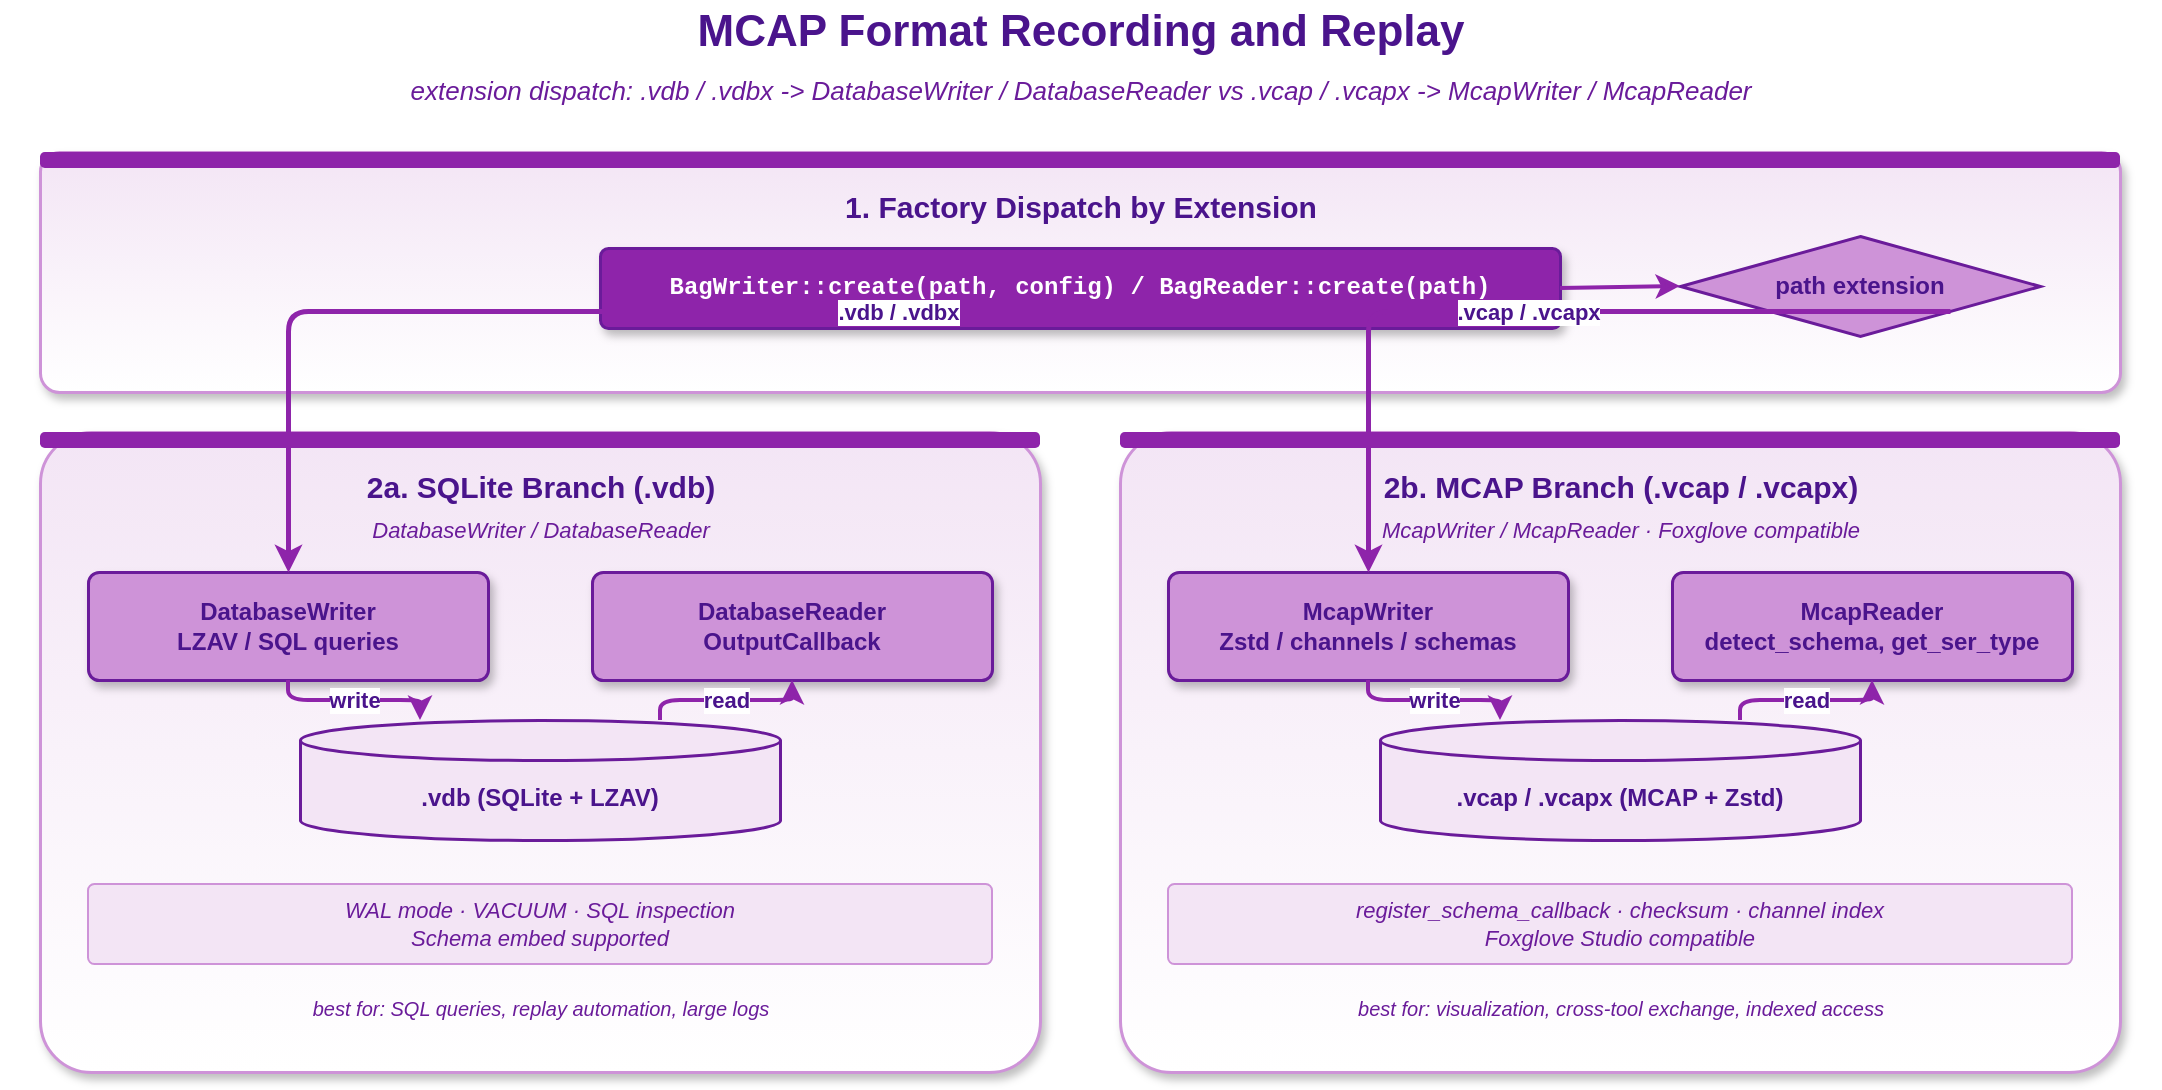
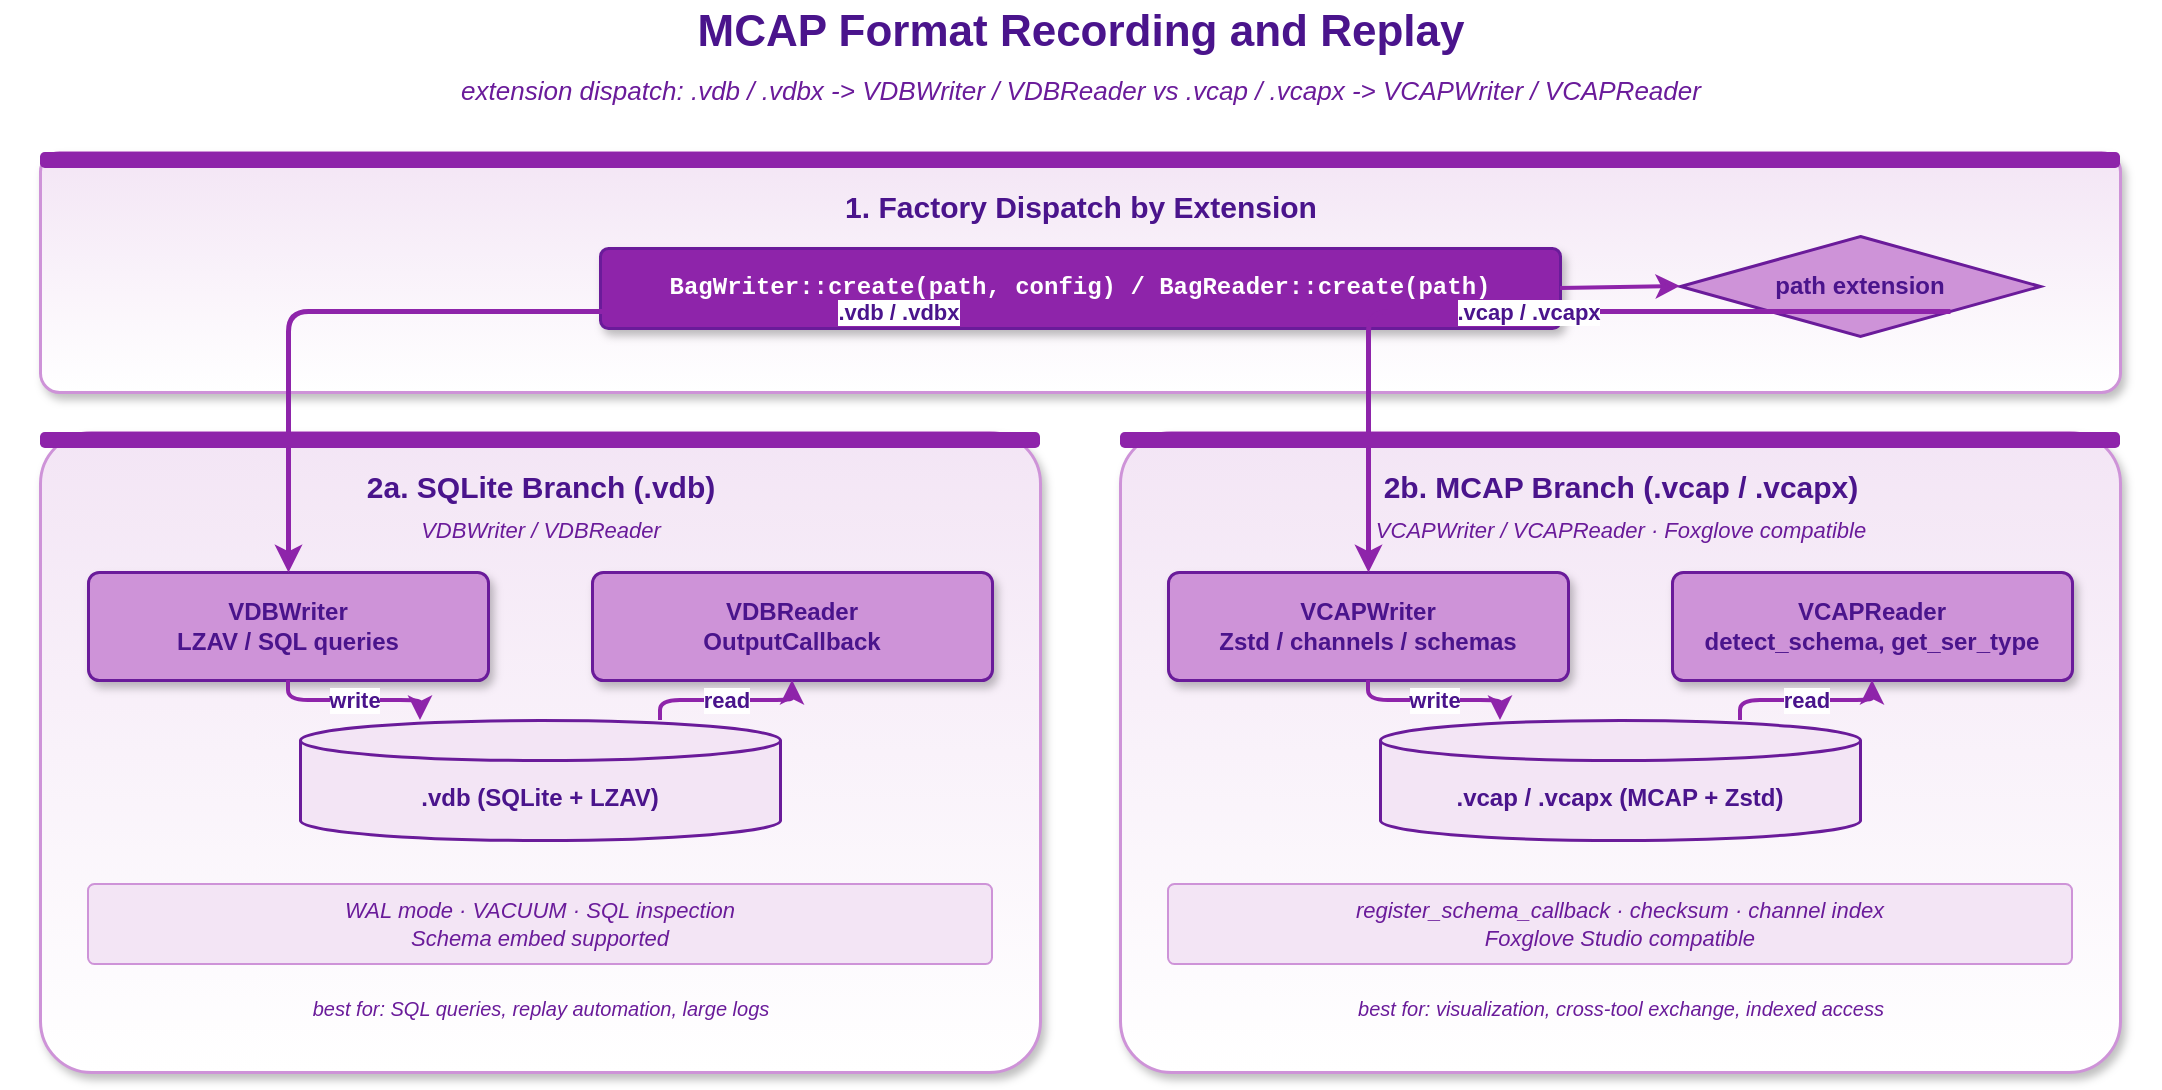
<mxfile host="app.diagrams.net" modified="2026-05-19T00:00:00.000Z" agent="Claude" version="24.0.0" type="device">
  <diagram id="mcap-format-flow" name="MCAP Format Recording and Replay">
    <mxGraphModel dx="1120" dy="640" grid="0" gridSize="10" guides="1" tooltips="1" connect="1" arrows="1" fold="1" page="1" pageScale="1" pageWidth="1120" pageHeight="640" math="0" shadow="0">
      <root>
        <mxCell id="0" />
        <mxCell id="1" parent="0" />

        <mxCell id="title" value="MCAP Format Recording and Replay" style="text;html=1;align=center;verticalAlign=middle;strokeColor=none;fillColor=none;fontSize=22;fontStyle=1;fontColor=#4a148c;" vertex="1" parent="1">
          <mxGeometry x="20" y="24" width="1080" height="32" as="geometry" />
        </mxCell>
-         <mxCell id="subtitle" value="extension dispatch: .vdb / .vdbx -&gt; DatabaseWriter / DatabaseReader  vs  .vcap / .vcapx -&gt; McapWriter / McapReader" style="text;html=1;align=center;verticalAlign=middle;strokeColor=none;fillColor=none;fontSize=13;fontStyle=2;fontColor=#6a1b9a;" vertex="1" parent="1">
+         <mxCell id="subtitle" value="extension dispatch: .vdb / .vdbx -&gt; VDBWriter / VDBReader  vs  .vcap / .vcapx -&gt; VCAPWriter / VCAPReader" style="text;html=1;align=center;verticalAlign=middle;strokeColor=none;fillColor=none;fontSize=13;fontStyle=2;fontColor=#6a1b9a;" vertex="1" parent="1">
          <mxGeometry x="20" y="58" width="1080" height="22" as="geometry" />
        </mxCell>

        <!-- Section 1: Factory dispatch (top, centered) -->
        <mxCell id="fac_bg" value="" style="rounded=1;whiteSpace=wrap;html=1;fillColor=#ffffff;strokeColor=#ce93d8;strokeWidth=1.5;arcSize=8;shadow=1;gradientColor=#f3e5f5;gradientDirection=north;" vertex="1" parent="1">
          <mxGeometry x="40" y="100" width="1040" height="120" as="geometry" />
        </mxCell>
        <mxCell id="fac_bar" value="" style="rounded=1;whiteSpace=wrap;html=1;fillColor=#8e24aa;strokeColor=none;arcSize=30;" vertex="1" parent="1">
          <mxGeometry x="40" y="100" width="1040" height="8" as="geometry" />
        </mxCell>
        <mxCell id="fac_t" value="1. Factory Dispatch by Extension" style="text;html=1;align=center;verticalAlign=middle;strokeColor=none;fillColor=none;fontSize=15;fontStyle=1;fontColor=#4a148c;" vertex="1" parent="1">
          <mxGeometry x="40" y="116" width="1040" height="22" as="geometry" />
        </mxCell>

        <mxCell id="fac_create" value="BagWriter::create(path, config)  /  BagReader::create(path)" style="rounded=1;whiteSpace=wrap;html=1;fillColor=#8e24aa;strokeColor=#6a1b9a;strokeWidth=1.5;arcSize=10;fontSize=12;fontFamily=Courier New;fontStyle=1;fontColor=#ffffff;shadow=1;" vertex="1" parent="1">
          <mxGeometry x="320" y="148" width="480" height="40" as="geometry" />
        </mxCell>
        <mxCell id="fac_diam" value="path extension" style="rhombus;whiteSpace=wrap;html=1;fillColor=#ce93d8;strokeColor=#6a1b9a;strokeWidth=1.5;fontSize=12;fontStyle=1;fontColor=#4a148c;" vertex="1" parent="1">
          <mxGeometry x="860" y="142" width="180" height="50" as="geometry" />
        </mxCell>

        <!-- Section 2: SQLite path (left) -->
        <mxCell id="db_bg" value="" style="rounded=1;whiteSpace=wrap;html=1;fillColor=#ffffff;strokeColor=#ce93d8;strokeWidth=1.5;arcSize=8;shadow=1;gradientColor=#f3e5f5;gradientDirection=north;" vertex="1" parent="1">
          <mxGeometry x="40" y="240" width="500" height="320" as="geometry" />
        </mxCell>
        <mxCell id="db_bar" value="" style="rounded=1;whiteSpace=wrap;html=1;fillColor=#8e24aa;strokeColor=none;arcSize=30;" vertex="1" parent="1">
          <mxGeometry x="40" y="240" width="500" height="8" as="geometry" />
        </mxCell>
        <mxCell id="db_t" value="2a. SQLite Branch  (.vdb)" style="text;html=1;align=center;verticalAlign=middle;strokeColor=none;fillColor=none;fontSize=15;fontStyle=1;fontColor=#4a148c;" vertex="1" parent="1">
          <mxGeometry x="40" y="256" width="500" height="22" as="geometry" />
        </mxCell>
-         <mxCell id="db_st" value="DatabaseWriter / DatabaseReader" style="text;html=1;align=center;verticalAlign=middle;strokeColor=none;fillColor=none;fontSize=11;fontStyle=2;fontColor=#6a1b9a;" vertex="1" parent="1">
+         <mxCell id="db_st" value="VDBWriter / VDBReader" style="text;html=1;align=center;verticalAlign=middle;strokeColor=none;fillColor=none;fontSize=11;fontStyle=2;fontColor=#6a1b9a;" vertex="1" parent="1">
          <mxGeometry x="40" y="280" width="500" height="18" as="geometry" />
        </mxCell>

-         <mxCell id="db_w" value="DatabaseWriter&#10;LZAV / SQL queries" style="rounded=1;whiteSpace=wrap;html=1;fillColor=#ce93d8;strokeColor=#6a1b9a;strokeWidth=1.5;arcSize=10;fontSize=12;fontStyle=1;fontColor=#4a148c;shadow=1;" vertex="1" parent="1">
+         <mxCell id="db_w" value="VDBWriter&#10;LZAV / SQL queries" style="rounded=1;whiteSpace=wrap;html=1;fillColor=#ce93d8;strokeColor=#6a1b9a;strokeWidth=1.5;arcSize=10;fontSize=12;fontStyle=1;fontColor=#4a148c;shadow=1;" vertex="1" parent="1">
          <mxGeometry x="64" y="310" width="200" height="54" as="geometry" />
        </mxCell>
-         <mxCell id="db_r" value="DatabaseReader&#10;OutputCallback" style="rounded=1;whiteSpace=wrap;html=1;fillColor=#ce93d8;strokeColor=#6a1b9a;strokeWidth=1.5;arcSize=10;fontSize=12;fontStyle=1;fontColor=#4a148c;shadow=1;" vertex="1" parent="1">
+         <mxCell id="db_r" value="VDBReader&#10;OutputCallback" style="rounded=1;whiteSpace=wrap;html=1;fillColor=#ce93d8;strokeColor=#6a1b9a;strokeWidth=1.5;arcSize=10;fontSize=12;fontStyle=1;fontColor=#4a148c;shadow=1;" vertex="1" parent="1">
          <mxGeometry x="316" y="310" width="200" height="54" as="geometry" />
        </mxCell>
        <mxCell id="db_file" value=".vdb (SQLite + LZAV)" style="shape=cylinder3;whiteSpace=wrap;html=1;boundedLbl=1;backgroundOutline=1;size=10;fillColor=#f3e5f5;strokeColor=#6a1b9a;strokeWidth=1.5;fontSize=12;fontStyle=1;fontColor=#4a148c;" vertex="1" parent="1">
          <mxGeometry x="170" y="384" width="240" height="60" as="geometry" />
        </mxCell>
        <mxCell id="db_feat" value="WAL mode &#183; VACUUM &#183; SQL inspection&#10;Schema embed supported" style="rounded=1;whiteSpace=wrap;html=1;fillColor=#f3e5f5;strokeColor=#ce93d8;strokeWidth=1;arcSize=8;fontSize=11;fontStyle=2;fontColor=#6a1b9a;" vertex="1" parent="1">
          <mxGeometry x="64" y="466" width="452" height="40" as="geometry" />
        </mxCell>
        <mxCell id="db_use" value="best for: SQL queries, replay automation, large logs" style="text;html=1;align=center;verticalAlign=middle;strokeColor=none;fillColor=none;fontSize=10;fontStyle=2;fontColor=#6a1b9a;" vertex="1" parent="1">
          <mxGeometry x="64" y="516" width="452" height="24" as="geometry" />
        </mxCell>

        <!-- Section 3: MCAP path (right) -->
        <mxCell id="mc_bg" value="" style="rounded=1;whiteSpace=wrap;html=1;fillColor=#ffffff;strokeColor=#ce93d8;strokeWidth=1.5;arcSize=8;shadow=1;gradientColor=#f3e5f5;gradientDirection=north;" vertex="1" parent="1">
          <mxGeometry x="580" y="240" width="500" height="320" as="geometry" />
        </mxCell>
        <mxCell id="mc_bar" value="" style="rounded=1;whiteSpace=wrap;html=1;fillColor=#8e24aa;strokeColor=none;arcSize=30;" vertex="1" parent="1">
          <mxGeometry x="580" y="240" width="500" height="8" as="geometry" />
        </mxCell>
        <mxCell id="mc_t" value="2b. MCAP Branch  (.vcap / .vcapx)" style="text;html=1;align=center;verticalAlign=middle;strokeColor=none;fillColor=none;fontSize=15;fontStyle=1;fontColor=#4a148c;" vertex="1" parent="1">
          <mxGeometry x="580" y="256" width="500" height="22" as="geometry" />
        </mxCell>
-         <mxCell id="mc_st" value="McapWriter / McapReader &#183; Foxglove compatible" style="text;html=1;align=center;verticalAlign=middle;strokeColor=none;fillColor=none;fontSize=11;fontStyle=2;fontColor=#6a1b9a;" vertex="1" parent="1">
+         <mxCell id="mc_st" value="VCAPWriter / VCAPReader &#183; Foxglove compatible" style="text;html=1;align=center;verticalAlign=middle;strokeColor=none;fillColor=none;fontSize=11;fontStyle=2;fontColor=#6a1b9a;" vertex="1" parent="1">
          <mxGeometry x="580" y="280" width="500" height="18" as="geometry" />
        </mxCell>

-         <mxCell id="mc_w" value="McapWriter&#10;Zstd / channels / schemas" style="rounded=1;whiteSpace=wrap;html=1;fillColor=#ce93d8;strokeColor=#6a1b9a;strokeWidth=1.5;arcSize=10;fontSize=12;fontStyle=1;fontColor=#4a148c;shadow=1;" vertex="1" parent="1">
+         <mxCell id="mc_w" value="VCAPWriter&#10;Zstd / channels / schemas" style="rounded=1;whiteSpace=wrap;html=1;fillColor=#ce93d8;strokeColor=#6a1b9a;strokeWidth=1.5;arcSize=10;fontSize=12;fontStyle=1;fontColor=#4a148c;shadow=1;" vertex="1" parent="1">
          <mxGeometry x="604" y="310" width="200" height="54" as="geometry" />
        </mxCell>
-         <mxCell id="mc_r" value="McapReader&#10;detect_schema, get_ser_type" style="rounded=1;whiteSpace=wrap;html=1;fillColor=#ce93d8;strokeColor=#6a1b9a;strokeWidth=1.5;arcSize=10;fontSize=12;fontStyle=1;fontColor=#4a148c;shadow=1;" vertex="1" parent="1">
+         <mxCell id="mc_r" value="VCAPReader&#10;detect_schema, get_ser_type" style="rounded=1;whiteSpace=wrap;html=1;fillColor=#ce93d8;strokeColor=#6a1b9a;strokeWidth=1.5;arcSize=10;fontSize=12;fontStyle=1;fontColor=#4a148c;shadow=1;" vertex="1" parent="1">
          <mxGeometry x="856" y="310" width="200" height="54" as="geometry" />
        </mxCell>
        <mxCell id="mc_file" value=".vcap / .vcapx (MCAP + Zstd)" style="shape=cylinder3;whiteSpace=wrap;html=1;boundedLbl=1;backgroundOutline=1;size=10;fillColor=#f3e5f5;strokeColor=#6a1b9a;strokeWidth=1.5;fontSize=12;fontStyle=1;fontColor=#4a148c;" vertex="1" parent="1">
          <mxGeometry x="710" y="384" width="240" height="60" as="geometry" />
        </mxCell>
        <mxCell id="mc_feat" value="register_schema_callback &#183; checksum &#183; channel index&#10;Foxglove Studio compatible" style="rounded=1;whiteSpace=wrap;html=1;fillColor=#f3e5f5;strokeColor=#ce93d8;strokeWidth=1;arcSize=8;fontSize=11;fontStyle=2;fontColor=#6a1b9a;" vertex="1" parent="1">
          <mxGeometry x="604" y="466" width="452" height="40" as="geometry" />
        </mxCell>
        <mxCell id="mc_use" value="best for: visualization, cross-tool exchange, indexed access" style="text;html=1;align=center;verticalAlign=middle;strokeColor=none;fillColor=none;fontSize=10;fontStyle=2;fontColor=#6a1b9a;" vertex="1" parent="1">
          <mxGeometry x="604" y="516" width="452" height="24" as="geometry" />
        </mxCell>

        <!-- Arrows -->
        <mxCell id="a_create_diam" value="" style="endArrow=classic;endFill=1;html=1;strokeWidth=2;strokeColor=#8e24aa;rounded=1;exitX=1;exitY=0.5;entryX=0;entryY=0.5;" edge="1" parent="1" source="fac_create" target="fac_diam">
          <mxGeometry relative="1" as="geometry" />
        </mxCell>
        <mxCell id="a_diam_db" value=".vdb / .vdbx" style="endArrow=classic;endFill=1;html=1;strokeWidth=2.5;strokeColor=#8e24aa;fontSize=11;fontStyle=1;fontColor=#4a148c;labelBackgroundColor=#ffffff;rounded=1;edgeStyle=orthogonalEdgeStyle;exitX=0;exitY=1;entryX=0.5;entryY=0;" edge="1" parent="1" source="fac_diam" target="db_w">
          <mxGeometry relative="1" as="geometry" />
        </mxCell>
        <mxCell id="a_diam_mc" value=".vcap / .vcapx" style="endArrow=classic;endFill=1;html=1;strokeWidth=2.5;strokeColor=#8e24aa;fontSize=11;fontStyle=1;fontColor=#4a148c;labelBackgroundColor=#ffffff;rounded=1;edgeStyle=orthogonalEdgeStyle;exitX=1;exitY=1;entryX=0.5;entryY=0;" edge="1" parent="1" source="fac_diam" target="mc_w">
          <mxGeometry relative="1" as="geometry" />
        </mxCell>
        <mxCell id="a_db_w_f" value="write" style="endArrow=classic;endFill=1;html=1;strokeWidth=2;strokeColor=#8e24aa;fontSize=11;fontStyle=1;fontColor=#4a148c;labelBackgroundColor=#ffffff;rounded=1;edgeStyle=orthogonalEdgeStyle;exitX=0.5;exitY=1;entryX=0.25;entryY=0;" edge="1" parent="1" source="db_w" target="db_file">
          <mxGeometry relative="1" as="geometry" />
        </mxCell>
        <mxCell id="a_db_f_r" value="read" style="endArrow=classic;endFill=1;html=1;strokeWidth=2;strokeColor=#8e24aa;fontSize=11;fontStyle=1;fontColor=#4a148c;labelBackgroundColor=#ffffff;rounded=1;edgeStyle=orthogonalEdgeStyle;exitX=0.75;exitY=0;entryX=0.5;entryY=1;" edge="1" parent="1" source="db_file" target="db_r">
          <mxGeometry relative="1" as="geometry" />
        </mxCell>
        <mxCell id="a_mc_w_f" value="write" style="endArrow=classic;endFill=1;html=1;strokeWidth=2;strokeColor=#8e24aa;fontSize=11;fontStyle=1;fontColor=#4a148c;labelBackgroundColor=#ffffff;rounded=1;edgeStyle=orthogonalEdgeStyle;exitX=0.5;exitY=1;entryX=0.25;entryY=0;" edge="1" parent="1" source="mc_w" target="mc_file">
          <mxGeometry relative="1" as="geometry" />
        </mxCell>
        <mxCell id="a_mc_f_r" value="read" style="endArrow=classic;endFill=1;html=1;strokeWidth=2;strokeColor=#8e24aa;fontSize=11;fontStyle=1;fontColor=#4a148c;labelBackgroundColor=#ffffff;rounded=1;edgeStyle=orthogonalEdgeStyle;exitX=0.75;exitY=0;entryX=0.5;entryY=1;" edge="1" parent="1" source="mc_file" target="mc_r">
          <mxGeometry relative="1" as="geometry" />
        </mxCell>

      </root>
    </mxGraphModel>
  </diagram>
</mxfile>
